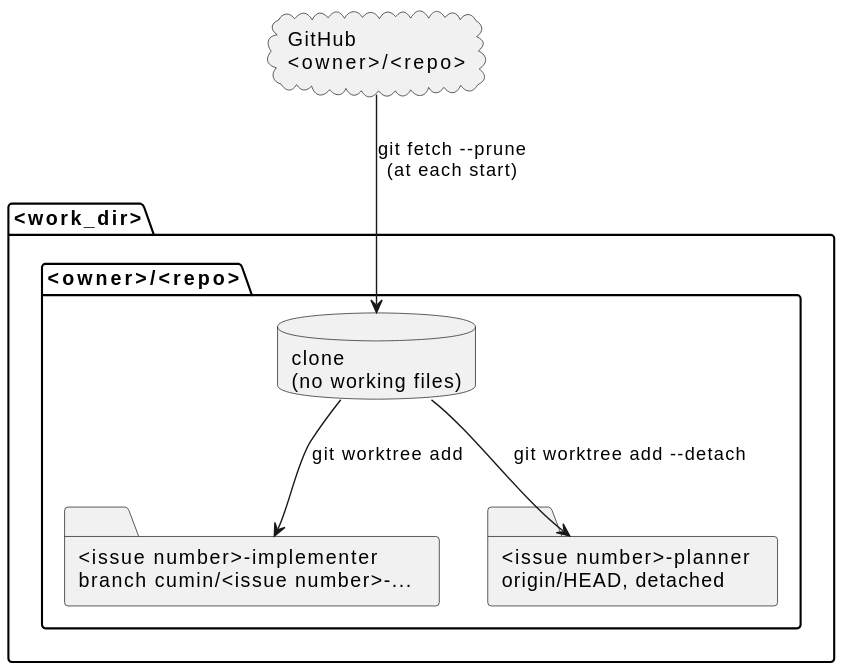
This is docs/ja/designs/agent-run-layout.svg from cloveclovedev/cumin-works, a PlantUML export, as it was before one commit.
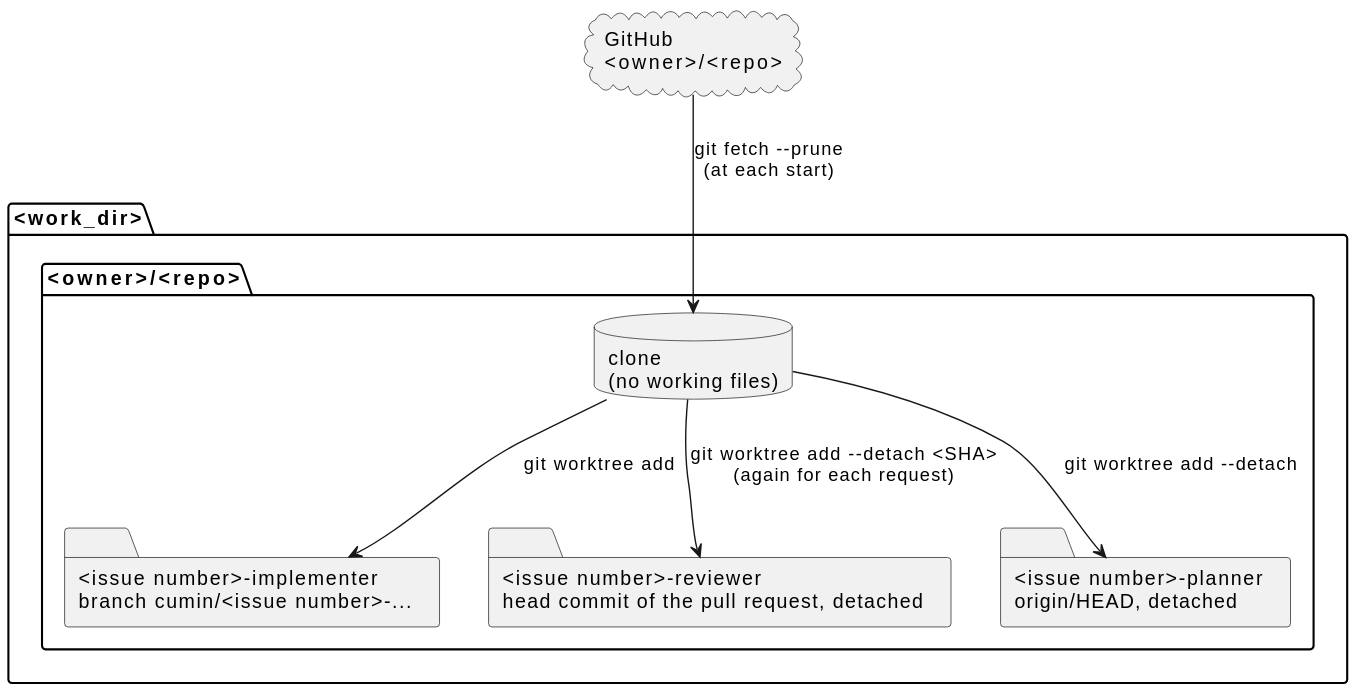
The same diagram one commit later.

Commit message:
feat(agent): prepare the Reviewer worktree as a detached checkout of the head commit (#232)

The edit, as a diff of the source:
```diff
@@ -8,11 +8,13 @@
   folder "<owner>/<repo>" as repo {
     database "clone\n(no working files)" as clone
     folder "<issue number>-implementer\nbranch cumin/<issue number>-..." as implementer
+    folder "<issue number>-reviewer\nhead commit of the pull request, detached" as reviewer
     folder "<issue number>-planner\norigin/HEAD, detached" as planner
   }
 }
 
 github --> clone : git fetch --prune\n(at each start)
 clone --> implementer : git worktree add
+clone --> reviewer : git worktree add --detach <SHA>\n(again for each request)
 clone --> planner : git worktree add --detach
 @enduml
```
